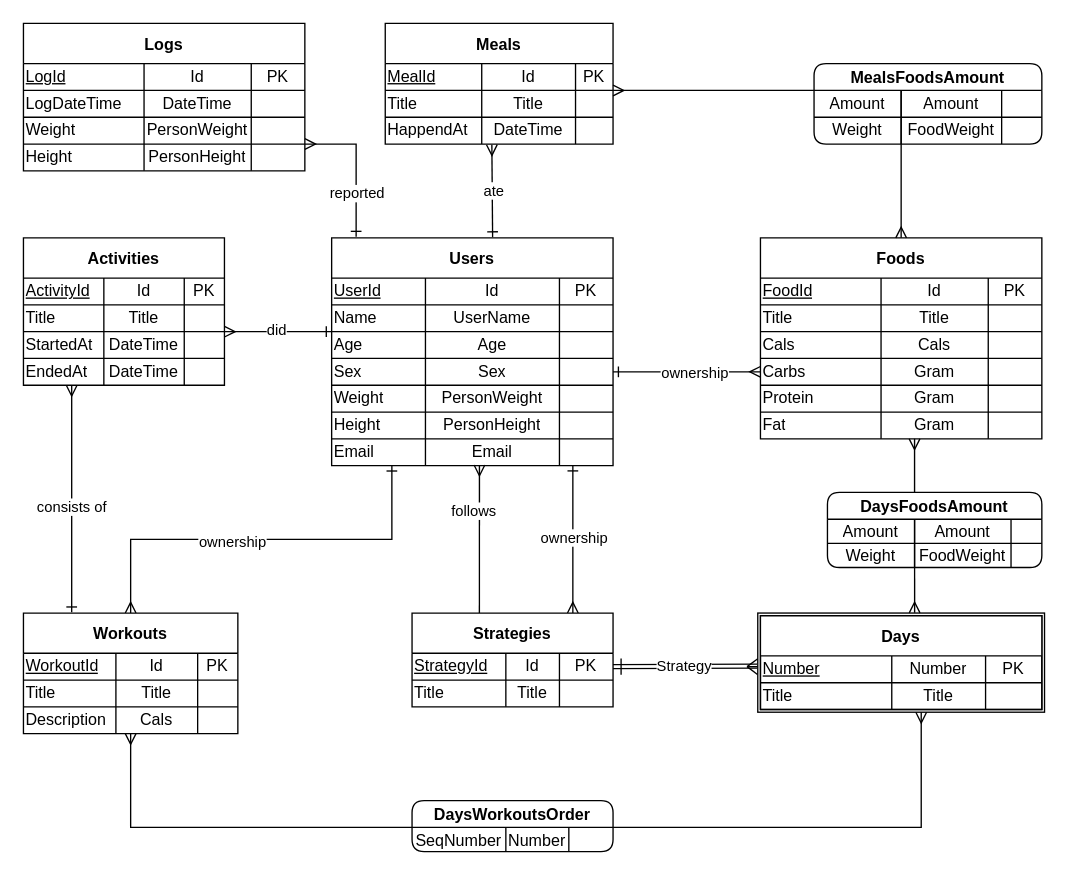
Earlier version of the draw.io diagram erm.drawio (Emgariko/dbms-project). Source tidied: cells renumbered, new cells numbered last; positions are measured from the earlier drawing's top-left corner, leaving out a move shared by most shapes. Both pictures are drawn from the tidied source at 134%, with x=0, y=0 at pixel (23, 23).
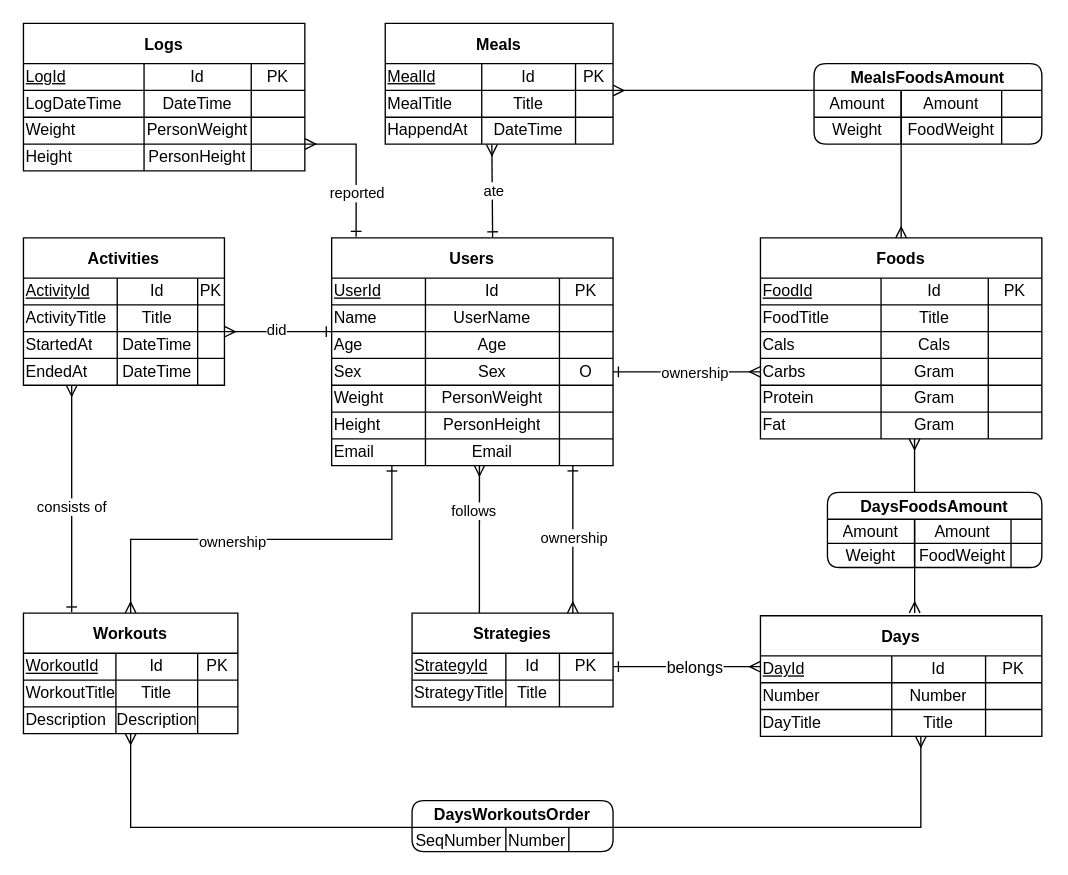
Above is the later version.

Unchanged cells that the change refers to:
```xml
<mxCell id="4" style="shape=tableRow;horizontal=0;startSize=0;swimlaneHead=0;swimlaneBody=0;top=0;left=0;bottom=0;right=0;fillColor=none;points=[[0,0.5],[1,0.5]];portConstraint=eastwest;html=0;" parent="3" vertex="1">
  <mxGeometry y="30" width="210" height="20" as="geometry" />
</mxCell>
<mxCell id="8" style="shape=tableRow;horizontal=0;startSize=0;swimlaneHead=0;swimlaneBody=0;top=0;left=0;bottom=0;right=0;fillColor=none;html=0;" parent="3" vertex="1">
  <mxGeometry y="50" width="210" height="20" as="geometry" />
</mxCell>
<mxCell id="33" style="shape=tableRow;horizontal=0;startSize=0;swimlaneHead=0;swimlaneBody=0;top=0;left=0;bottom=0;right=0;fillColor=none;points=[[0,0.5],[1,0.5]];portConstraint=eastwest;html=0;" parent="20" vertex="1">
  <mxGeometry y="90" width="210" height="20" as="geometry" />
</mxCell>
<mxCell id="71" style="shape=tableRow;horizontal=0;startSize=0;swimlaneHead=0;swimlaneBody=0;top=0;left=0;bottom=0;right=0;fillColor=none;html=0;" parent="66" vertex="1">
  <mxGeometry y="50" width="210" height="20" as="geometry" />
</mxCell>
<mxCell id="96" style="shape=tableRow;horizontal=0;startSize=0;swimlaneHead=0;swimlaneBody=0;top=0;left=0;bottom=0;right=0;fillColor=none;points=[[0,0.5],[1,0.5]];portConstraint=eastwest;html=0;" parent="91" vertex="1">
  <mxGeometry y="50" width="170" height="20" as="geometry" />
</mxCell>
<mxCell id="109" value="Workouts" style="shape=table;startSize=30;childLayout=tableLayout;fontStyle=1;align=center;html=0;" parent="1" vertex="1">
  <mxGeometry y="440" width="160" height="90" as="geometry" />
</mxCell>
<mxCell id="114" style="shape=tableRow;horizontal=0;startSize=0;swimlaneHead=0;swimlaneBody=0;top=0;left=0;bottom=0;right=0;fillColor=none;html=0;" parent="109" vertex="1">
  <mxGeometry y="50" width="160" height="20" as="geometry" />
</mxCell>
<mxCell id="118" style="shape=tableRow;horizontal=0;startSize=0;swimlaneHead=0;swimlaneBody=0;top=0;left=0;bottom=0;right=0;fillColor=none;html=0;" parent="109" vertex="1">
  <mxGeometry y="70" width="160" height="20" as="geometry" />
</mxCell>
<mxCell id="125" style="shape=tableRow;horizontal=0;startSize=0;swimlaneHead=0;swimlaneBody=0;top=0;left=0;bottom=0;right=0;fillColor=none;points=[[0,0.5],[1,0.5]];portConstraint=eastwest;html=0;" parent="124" vertex="1">
  <mxGeometry y="30" width="150" height="20" as="geometry" />
</mxCell>
<mxCell id="129" style="shape=tableRow;horizontal=0;startSize=0;swimlaneHead=0;swimlaneBody=0;top=0;left=0;bottom=0;right=0;fillColor=none;html=0;" parent="124" vertex="1">
  <mxGeometry y="50" width="150" height="20" as="geometry" />
</mxCell>
<mxCell id="136" style="shape=tableRow;horizontal=0;startSize=0;swimlaneHead=0;swimlaneBody=0;top=0;left=0;bottom=0;right=0;fillColor=none;html=0;" parent="135" vertex="1">
  <mxGeometry y="30" width="150" height="20" as="geometry" />
</mxCell>
<mxCell id="140" style="shape=tableRow;horizontal=0;startSize=0;swimlaneHead=0;swimlaneBody=0;top=0;left=0;bottom=0;right=0;fillColor=none;html=0;" parent="135" vertex="1">
  <mxGeometry y="50" width="150" height="20" as="geometry" />
</mxCell>
<mxCell id="144" style="shape=tableRow;horizontal=0;startSize=0;swimlaneHead=0;swimlaneBody=0;top=0;left=0;bottom=0;right=0;fillColor=none;html=0;" parent="135" vertex="1">
  <mxGeometry y="70" width="150" height="20" as="geometry" />
</mxCell>
<mxCell id="148" style="shape=tableRow;horizontal=0;startSize=0;swimlaneHead=0;swimlaneBody=0;top=0;left=0;bottom=0;right=0;fillColor=none;points=[[0,0.5],[1,0.5]];portConstraint=eastwest;html=0;" parent="135" vertex="1">
  <mxGeometry y="90" width="150" height="20" as="geometry" />
</mxCell>
```

Diff of the diagram source:
```diff
@@
-    <mxCell id="2" style="shape=ext;double=1;rounded=0;whiteSpace=wrap;html=1;shadow=0;glass=0;sketch=0;gradientColor=none;margin=0;arcSize=15;strokeWidth=1;perimeterSpacing=0;snapToPoint=0;fixDash=0;backgroundOutline=0;" parent="1" vertex="1">
-      <mxGeometry x="548" y="440" width="214" height="74" as="geometry" />
-    </mxCell>
     <mxCell id="3" value="Days" style="shape=table;startSize=30;childLayout=tableLayout;fontStyle=1;align=center;html=0;shadow=0;perimeterSpacing=0;swimlaneFillColor=none;gradientColor=none;fixDash=0;movableLabel=0;fixedWidth=0;rowLines=1;columnLines=1;horizontal=1;top=0;bottom=0;left=0;right=0;swimlaneBody=1;swimlaneHead=1;" parent="1" vertex="1">
-      <mxGeometry x="550" y="442" width="210" height="70" as="geometry" />
+      <mxGeometry x="550" y="442" width="210" height="90" as="geometry" />
     </mxCell>
@@
-    <mxCell id="5" value="&lt;u&gt;Number&lt;/u&gt;" style="shape=partialRectangle;html=1;whiteSpace=wrap;fillColor=none;top=0;left=0;bottom=0;right=0;overflow=hidden;align=left;" parent="4" vertex="1">
+    <mxCell id="5" value="&lt;u&gt;DayId&lt;/u&gt;" style="shape=partialRectangle;html=1;whiteSpace=wrap;fillColor=none;top=0;left=0;bottom=0;right=0;overflow=hidden;align=left;" parent="4" vertex="1">
       <mxGeometry width="98" height="20" as="geometry" />
     </mxCell>
-    <mxCell id="6" value="Number" style="shape=partialRectangle;html=1;whiteSpace=wrap;fillColor=none;top=0;left=0;bottom=0;right=0;overflow=hidden;" parent="4" vertex="1">
+    <mxCell id="6" value="Id" style="shape=partialRectangle;html=1;whiteSpace=wrap;fillColor=none;top=0;left=0;bottom=0;right=0;overflow=hidden;" parent="4" vertex="1">
       <mxGeometry x="98" width="70" height="20" as="geometry" />
     </mxCell>
@@
-    <mxCell id="9" value="Title" style="shape=partialRectangle;html=1;whiteSpace=wrap;fillColor=none;top=0;left=0;bottom=0;right=0;overflow=hidden;align=left;" parent="8" vertex="1">
+    <mxCell id="9" value="Number" style="shape=partialRectangle;html=1;whiteSpace=wrap;fillColor=none;top=0;left=0;bottom=0;right=0;overflow=hidden;align=left;" parent="8" vertex="1">
       <mxGeometry width="98" height="20" as="geometry" />
     </mxCell>
-    <mxCell id="10" value="Title" style="shape=partialRectangle;html=1;whiteSpace=wrap;fillColor=none;top=0;left=0;bottom=0;right=0;overflow=hidden;" parent="8" vertex="1">
+    <mxCell id="10" value="Number" style="shape=partialRectangle;html=1;whiteSpace=wrap;fillColor=none;top=0;left=0;bottom=0;right=0;overflow=hidden;" parent="8" vertex="1">
       <mxGeometry x="98" width="70" height="20" as="geometry" />
     </mxCell>
@@
+    <mxCell id="182" style="shape=tableRow;horizontal=0;startSize=0;swimlaneHead=0;swimlaneBody=0;top=0;left=0;bottom=0;right=0;fillColor=none;points=[[0,0.5],[1,0.5]];portConstraint=eastwest;html=0;" parent="3" vertex="1">
+      <mxGeometry y="70" width="210" height="20" as="geometry" />
+    </mxCell>
+    <mxCell id="183" value="DayTitle" style="shape=partialRectangle;html=1;whiteSpace=wrap;fillColor=none;top=0;left=0;bottom=0;right=0;overflow=hidden;align=left;" parent="182" vertex="1">
+      <mxGeometry width="98" height="20" as="geometry" />
+    </mxCell>
+    <mxCell id="184" value="Title" style="shape=partialRectangle;html=1;whiteSpace=wrap;fillColor=none;top=0;left=0;bottom=0;right=0;overflow=hidden;" parent="182" vertex="1">
+      <mxGeometry x="98" width="70" height="20" as="geometry" />
+    </mxCell>
+    <mxCell id="185" style="shape=partialRectangle;html=1;whiteSpace=wrap;fillColor=none;top=0;left=0;bottom=0;right=0;overflow=hidden;" parent="182" vertex="1">
+      <mxGeometry x="168" width="42" height="20" as="geometry" />
+    </mxCell>
@@
-    <mxCell id="36" style="shape=partialRectangle;html=1;whiteSpace=wrap;fillColor=none;top=0;left=0;bottom=0;right=0;overflow=hidden;" parent="33" vertex="1">
+    <mxCell id="36" value="O" style="shape=partialRectangle;html=1;whiteSpace=wrap;fillColor=none;top=0;left=0;bottom=0;right=0;overflow=hidden;" parent="33" vertex="1">
       <mxGeometry x="170" width="40" height="20" as="geometry" />
     </mxCell>
@@
-    <mxCell id="72" value="Title" style="shape=partialRectangle;html=1;whiteSpace=wrap;fillColor=none;top=0;left=0;bottom=0;right=0;overflow=hidden;align=left;" parent="71" vertex="1">
+    <mxCell id="72" value="FoodTitle" style="shape=partialRectangle;html=1;whiteSpace=wrap;fillColor=none;top=0;left=0;bottom=0;right=0;overflow=hidden;align=left;" parent="71" vertex="1">
       <mxGeometry width="90" height="20" as="geometry" />
     </mxCell>
@@
-    <mxCell id="97" value="Title" style="shape=partialRectangle;html=1;whiteSpace=wrap;fillColor=none;top=0;left=0;bottom=0;right=0;overflow=hidden;align=left;" parent="96" vertex="1">
+    <mxCell id="97" value="MealTitle" style="shape=partialRectangle;html=1;whiteSpace=wrap;fillColor=none;top=0;left=0;bottom=0;right=0;overflow=hidden;align=left;" parent="96" vertex="1">
       <mxGeometry width="72" height="20" as="geometry" />
     </mxCell>
@@
-    <mxCell id="108" style="edgeStyle=elbowEdgeStyle;rounded=0;jettySize=auto;elbow=vertical;html=1;startArrow=ERmany;startFill=0;endArrow=ERmany;endFill=0;entryX=0.57;entryY=1.001;entryDx=0;entryDy=0;entryPerimeter=0;" parent="1" edge="1" source="109" target="2">
+    <mxCell id="108" style="edgeStyle=elbowEdgeStyle;rounded=0;jettySize=auto;elbow=vertical;html=1;startArrow=ERmany;startFill=0;endArrow=ERmany;endFill=0;entryX=0.57;entryY=0.996;entryDx=0;entryDy=0;entryPerimeter=0;" parent="1" edge="1" source="109" target="182">
       <mxGeometry relative="1" as="geometry">
         <Array as="points">
           <mxPoint x="470" y="600" />
           <mxPoint x="240" y="690" />
           <mxPoint x="430" y="780" />
         </Array>
       </mxGeometry>
     </mxCell>
@@
-    <mxCell id="115" value="Title" style="shape=partialRectangle;html=1;whiteSpace=wrap;fillColor=none;top=0;left=0;bottom=0;right=0;overflow=hidden;align=left;" parent="114" vertex="1">
+    <mxCell id="115" value="WorkoutTitle" style="shape=partialRectangle;html=1;whiteSpace=wrap;fillColor=none;top=0;left=0;bottom=0;right=0;overflow=hidden;align=left;" parent="114" vertex="1">
       <mxGeometry width="69" height="20" as="geometry" />
     </mxCell>
@@
-    <mxCell id="120" value="Cals" style="shape=partialRectangle;html=1;whiteSpace=wrap;fillColor=none;top=0;left=0;bottom=0;right=0;overflow=hidden;" parent="118" vertex="1">
+    <mxCell id="120" value="Description" style="shape=partialRectangle;html=1;whiteSpace=wrap;fillColor=none;top=0;left=0;bottom=0;right=0;overflow=hidden;" parent="118" vertex="1">
       <mxGeometry x="69" width="61" height="20" as="geometry" />
     </mxCell>
@@
-    <mxCell id="130" value="Title" style="shape=partialRectangle;html=1;whiteSpace=wrap;fillColor=none;top=0;left=0;bottom=0;right=0;overflow=hidden;align=left;" parent="129" vertex="1">
+    <mxCell id="130" value="StrategyTitle" style="shape=partialRectangle;html=1;whiteSpace=wrap;fillColor=none;top=0;left=0;bottom=0;right=0;overflow=hidden;align=left;" parent="129" vertex="1">
       <mxGeometry width="70" height="20" as="geometry" />
     </mxCell>
@@
-    <mxCell id="133" value="Strategy" style="rounded=0;jettySize=auto;elbow=vertical;html=1;startArrow=ERmany;startFill=0;endArrow=ERone;endFill=0;exitX=-0.012;exitY=0.38;exitDx=0;exitDy=0;exitPerimeter=0;fixDash=0;shape=link;width=3;" parent="1" edge="1" source="4">
-      <mxGeometry relative="1" as="geometry">
-        <mxPoint x="440" y="480" as="targetPoint" />
-      </mxGeometry>
-    </mxCell>
-    <mxCell id="134" style="edgeStyle=elbowEdgeStyle;rounded=0;jettySize=auto;elbow=horizontal;html=1;startArrow=ERmany;startFill=0;endArrow=ERmany;endFill=0;exitX=0.547;exitY=-0.002;exitDx=0;exitDy=0;exitPerimeter=0;" parent="1" edge="1" source="2">
+    <mxCell id="134" style="edgeStyle=elbowEdgeStyle;rounded=0;orthogonalLoop=1;jettySize=auto;elbow=horizontal;html=1;startArrow=ERmany;startFill=0;endArrow=ERmany;endFill=0;exitX=0.547;exitY=-0.002;exitDx=0;exitDy=0;exitPerimeter=0;" parent="1" edge="1">
       <mxGeometry y="-30" relative="1" as="geometry">
+        <mxPoint x="665.1" y="439.9" as="sourcePoint" />
         <mxPoint x="665" y="310" as="targetPoint" />
         <Array as="points">
           <mxPoint x="665" y="340" />
           <mxPoint x="670" y="330" />
         </Array>
       </mxGeometry>
     </mxCell>
@@
     <mxCell id="137" value="&lt;u&gt;ActivityId&lt;/u&gt;" style="shape=partialRectangle;html=1;whiteSpace=wrap;fillColor=none;top=0;left=0;bottom=0;right=0;overflow=hidden;align=left;" parent="136" vertex="1">
-      <mxGeometry width="60" height="20" as="geometry" />
+      <mxGeometry width="70" height="20" as="geometry" />
     </mxCell>
     <mxCell id="138" value="Id" style="shape=partialRectangle;html=1;whiteSpace=wrap;fillColor=none;top=0;left=0;bottom=0;right=0;overflow=hidden;" parent="136" vertex="1">
-      <mxGeometry x="60" width="60" height="20" as="geometry" />
+      <mxGeometry x="70" width="60" height="20" as="geometry" />
     </mxCell>
     <mxCell id="139" value="PK" style="shape=partialRectangle;html=1;whiteSpace=wrap;fillColor=none;top=0;left=0;bottom=0;right=0;overflow=hidden;" parent="136" vertex="1">
-      <mxGeometry x="120" width="30" height="20" as="geometry" />
+      <mxGeometry x="130" width="20" height="20" as="geometry" />
     </mxCell>
@@
-    <mxCell id="141" value="Title" style="shape=partialRectangle;html=1;whiteSpace=wrap;fillColor=none;top=0;left=0;bottom=0;right=0;overflow=hidden;align=left;" parent="140" vertex="1">
-      <mxGeometry width="60" height="20" as="geometry" />
+    <mxCell id="141" value="ActivityTitle" style="shape=partialRectangle;html=1;whiteSpace=wrap;fillColor=none;top=0;left=0;bottom=0;right=0;overflow=hidden;align=left;" parent="140" vertex="1">
+      <mxGeometry width="70" height="20" as="geometry" />
     </mxCell>
     <mxCell id="142" value="Title" style="shape=partialRectangle;html=1;whiteSpace=wrap;fillColor=none;top=0;left=0;bottom=0;right=0;overflow=hidden;" parent="140" vertex="1">
-      <mxGeometry x="60" width="60" height="20" as="geometry" />
+      <mxGeometry x="70" width="60" height="20" as="geometry" />
     </mxCell>
     <mxCell id="143" style="shape=partialRectangle;html=1;whiteSpace=wrap;fillColor=none;top=0;left=0;bottom=0;right=0;overflow=hidden;" parent="140" vertex="1">
-      <mxGeometry x="120" width="30" height="20" as="geometry" />
+      <mxGeometry x="130" width="20" height="20" as="geometry" />
     </mxCell>
@@
     <mxCell id="145" value="StartedAt" style="shape=partialRectangle;html=1;whiteSpace=wrap;fillColor=none;top=0;left=0;bottom=0;right=0;overflow=hidden;align=left;" parent="144" vertex="1">
-      <mxGeometry width="60" height="20" as="geometry" />
+      <mxGeometry width="70" height="20" as="geometry" />
     </mxCell>
     <mxCell id="146" value="DateTime" style="shape=partialRectangle;html=1;whiteSpace=wrap;fillColor=none;top=0;left=0;bottom=0;right=0;overflow=hidden;" parent="144" vertex="1">
-      <mxGeometry x="60" width="60" height="20" as="geometry" />
+      <mxGeometry x="70" width="60" height="20" as="geometry" />
     </mxCell>
     <mxCell id="147" style="shape=partialRectangle;html=1;whiteSpace=wrap;fillColor=none;top=0;left=0;bottom=0;right=0;overflow=hidden;" parent="144" vertex="1">
-      <mxGeometry x="120" width="30" height="20" as="geometry" />
+      <mxGeometry x="130" width="20" height="20" as="geometry" />
     </mxCell>
@@
     <mxCell id="149" value="EndedAt" style="shape=partialRectangle;html=1;whiteSpace=wrap;fillColor=none;top=0;left=0;bottom=0;right=0;overflow=hidden;align=left;" parent="148" vertex="1">
-      <mxGeometry width="60" height="20" as="geometry" />
+      <mxGeometry width="70" height="20" as="geometry" />
     </mxCell>
     <mxCell id="150" value="DateTime" style="shape=partialRectangle;html=1;whiteSpace=wrap;fillColor=none;top=0;left=0;bottom=0;right=0;overflow=hidden;" parent="148" vertex="1">
-      <mxGeometry x="60" width="60" height="20" as="geometry" />
+      <mxGeometry x="70" width="60" height="20" as="geometry" />
     </mxCell>
     <mxCell id="151" style="shape=partialRectangle;html=1;whiteSpace=wrap;fillColor=none;top=0;left=0;bottom=0;right=0;overflow=hidden;" parent="148" vertex="1">
-      <mxGeometry x="120" width="30" height="20" as="geometry" />
+      <mxGeometry x="130" width="20" height="20" as="geometry" />
     </mxCell>
@@
-    <mxCell id="178" style="endArrow=none;html=1;rounded=0;comic=0;elbow=vertical;" parent="1" edge="1">
-      <mxGeometry x="-0.84" relative="1" as="geometry">
-        <mxPoint x="446" y="486" as="sourcePoint" />
-        <mxPoint x="446" y="474" as="targetPoint" />
-      </mxGeometry>
-    </mxCell>
-    <mxCell id="179" style="endArrow=none;html=1;rounded=0;comic=0;elbow=vertical;entryX=0;entryY=0.461;entryDx=0;entryDy=0;entryPerimeter=0;targetPerimeterSpacing=0;" parent="1" edge="1" target="2">
-      <mxGeometry x="-0.84" relative="1" as="geometry">
-        <mxPoint x="540" y="480" as="sourcePoint" />
-      </mxGeometry>
-    </mxCell>
-    <mxCell id="180" style="endArrow=none;html=1;rounded=0;comic=0;elbow=vertical;exitX=-0.001;exitY=0.619;exitDx=0;exitDy=0;exitPerimeter=0;targetPerimeterSpacing=0;" parent="1" edge="1" source="2">
-      <mxGeometry x="-0.84" relative="1" as="geometry">
-        <mxPoint x="540" y="480" as="targetPoint" />
-      </mxGeometry>
-    </mxCell>
-    <mxCell id="181" style="endArrow=none;html=1;rounded=0;comic=0;elbow=vertical;targetPerimeterSpacing=0;" parent="1" edge="1">
-      <mxGeometry x="-0.84" relative="1" as="geometry">
-        <mxPoint x="548" y="480" as="sourcePoint" />
-        <mxPoint x="540" y="480" as="targetPoint" />
-      </mxGeometry>
-    </mxCell>
+    <mxCell id="186" style="edgeStyle=entityRelationEdgeStyle;rounded=0;comic=0;sketch=0;jettySize=auto;html=1;strokeWidth=1;fontSize=12;startArrow=ERone;startFill=0;endArrow=ERmany;endFill=0;targetPerimeterSpacing=0;elbow=vertical;" parent="1" edge="1" source="125">
+      <mxGeometry relative="1" as="geometry">
+        <mxPoint x="550" y="480" as="targetPoint" />
+      </mxGeometry>
+    </mxCell>
+    <mxCell id="187" value="belongs" style="edgeLabel;html=1;align=center;verticalAlign=middle;fontSize=12;" parent="186" vertex="1">
+      <mxGeometry x="-0.33" y="1" relative="1" as="geometry">
+        <mxPoint x="23" y="1" as="offset" />
+      </mxGeometry>
+    </mxCell>
```
